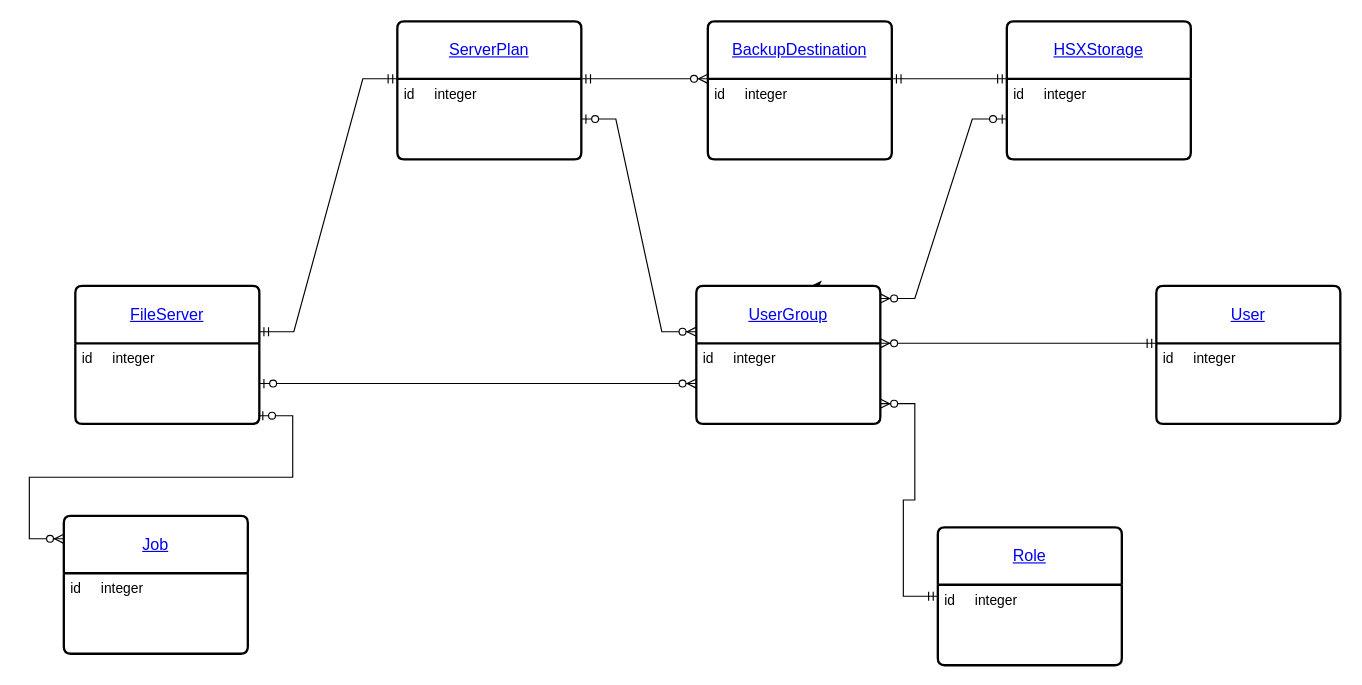
cvltmaheshp/helm-charts keeps this draw.io diagram as CVArch.drawio. Above is the earlier version. Source tidied: cells renumbered, new cells numbered last; positions are measured from the earlier drawing's top-left corner, leaving out a move shared by most shapes. Both pictures are drawn from the tidied source at 115%, with x=0, y=0 at pixel (63, 21).
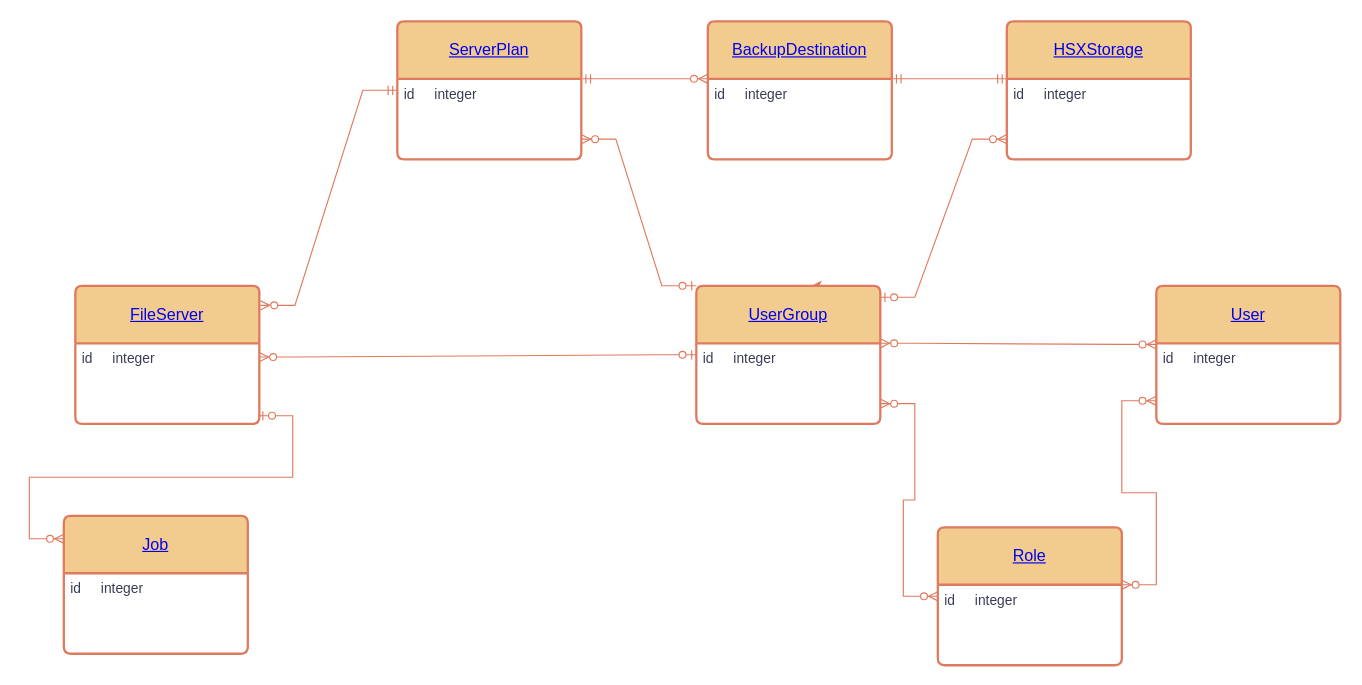
The same page after the edit.

Change to the diagram source:
```diff
@@
-    <mxCell id="2" value="&lt;a href=&quot;https://api-next.commvault.com/docs/api/cv/OpenAPI3/get-file-servers#get-file-servers&quot;&gt;FileServer&lt;/a&gt;" style="swimlane;horizontal=1;startSize=50;rounded=1;fontSize=14;fontStyle=0;strokeWidth=2;shadow=0;dashed=0;align=center;arcSize=4;whiteSpace=wrap;html=1;" parent="1" vertex="1">
+    <mxCell id="2" value="&lt;a href=&quot;https://api-next.commvault.com/docs/api/cv/OpenAPI3/get-file-servers#get-file-servers&quot;&gt;FileServer&lt;/a&gt;" style="swimlane;horizontal=1;startSize=50;rounded=1;fontSize=14;fontStyle=0;strokeWidth=2;shadow=0;dashed=0;align=center;arcSize=4;whiteSpace=wrap;html=1;labelBackgroundColor=none;fillColor=#F2CC8F;strokeColor=#E07A5F;fontColor=#393C56;" parent="1" vertex="1">
       <mxGeometry x="10" y="230" width="160" height="120" as="geometry" />
     </mxCell>
-    <mxCell id="3" value="id&lt;span style=&quot;white-space: pre;&quot;&gt;&#9;&lt;/span&gt;integer" style="align=left;strokeColor=none;fillColor=none;spacingLeft=4;fontSize=12;verticalAlign=top;html=1;" parent="2" vertex="1">
+    <mxCell id="3" value="id&lt;span style=&quot;white-space: pre;&quot;&gt;&#9;&lt;/span&gt;integer" style="align=left;strokeColor=none;fillColor=none;spacingLeft=4;fontSize=12;verticalAlign=top;html=1;labelBackgroundColor=none;fontColor=#393C56;" parent="2" vertex="1">
       <mxGeometry y="50" width="160" height="70" as="geometry" />
     </mxCell>
-    <mxCell id="4" value="&lt;a href=&quot;https://api-next.commvault.com/docs/api/cv/OpenAPI3/get-plan-by-id&quot;&gt;ServerPlan&lt;/a&gt;" style="swimlane;horizontal=1;startSize=50;rounded=1;fontSize=14;fontStyle=0;strokeWidth=2;shadow=0;dashed=0;align=center;arcSize=4;whiteSpace=wrap;html=1;" parent="1" vertex="1">
+    <mxCell id="4" value="&lt;a href=&quot;https://api-next.commvault.com/docs/api/cv/OpenAPI3/get-plan-by-id&quot;&gt;ServerPlan&lt;/a&gt;" style="swimlane;horizontal=1;startSize=50;rounded=1;fontSize=14;fontStyle=0;strokeWidth=2;shadow=0;dashed=0;align=center;arcSize=4;whiteSpace=wrap;html=1;labelBackgroundColor=none;fillColor=#F2CC8F;strokeColor=#E07A5F;fontColor=#393C56;" parent="1" vertex="1">
       <mxGeometry x="290" width="160" height="120" as="geometry" />
     </mxCell>
-    <mxCell id="5" value="id&lt;span style=&quot;white-space: pre;&quot;&gt;&#9;&lt;/span&gt;integer" style="align=left;strokeColor=none;fillColor=none;spacingLeft=4;fontSize=12;verticalAlign=top;html=1;" parent="4" vertex="1">
+    <mxCell id="5" value="id&lt;span style=&quot;white-space: pre;&quot;&gt;&#9;&lt;/span&gt;integer" style="align=left;strokeColor=none;fillColor=none;spacingLeft=4;fontSize=12;verticalAlign=top;html=1;labelBackgroundColor=none;fontColor=#393C56;" parent="4" vertex="1">
       <mxGeometry y="50" width="160" height="70" as="geometry" />
     </mxCell>
-    <mxCell id="6" value="&lt;a href=&quot;https://api-next.commvault.com/docs/api/cv/OpenAPI3/get-backup-destination-details&quot;&gt;BackupDestination&lt;/a&gt;" style="swimlane;horizontal=1;startSize=50;rounded=1;fontSize=14;fontStyle=0;strokeWidth=2;shadow=0;dashed=0;align=center;arcSize=4;whiteSpace=wrap;html=1;" parent="1" vertex="1">
+    <mxCell id="6" value="&lt;a href=&quot;https://api-next.commvault.com/docs/api/cv/OpenAPI3/get-backup-destination-details&quot;&gt;BackupDestination&lt;/a&gt;" style="swimlane;horizontal=1;startSize=50;rounded=1;fontSize=14;fontStyle=0;strokeWidth=2;shadow=0;dashed=0;align=center;arcSize=4;whiteSpace=wrap;html=1;labelBackgroundColor=none;fillColor=#F2CC8F;strokeColor=#E07A5F;fontColor=#393C56;" parent="1" vertex="1">
       <mxGeometry x="560" width="160" height="120" as="geometry" />
     </mxCell>
-    <mxCell id="7" value="id&lt;span style=&quot;white-space: pre;&quot;&gt;&#9;&lt;/span&gt;integer" style="align=left;strokeColor=none;fillColor=none;spacingLeft=4;fontSize=12;verticalAlign=top;html=1;" parent="6" vertex="1">
+    <mxCell id="7" value="id&lt;span style=&quot;white-space: pre;&quot;&gt;&#9;&lt;/span&gt;integer" style="align=left;strokeColor=none;fillColor=none;spacingLeft=4;fontSize=12;verticalAlign=top;html=1;labelBackgroundColor=none;fontColor=#393C56;" parent="6" vertex="1">
       <mxGeometry y="50" width="160" height="70" as="geometry" />
     </mxCell>
-    <mxCell id="8" value="&lt;a href=&quot;https://api-next.commvault.com/docs/api/cv/OpenAPI3/get-hyper-scale-storage-by-id#get-details-of-a-specific-hyperscale-storage&quot;&gt;HSXStorage&lt;/a&gt;" style="swimlane;horizontal=1;startSize=50;rounded=1;fontSize=14;fontStyle=0;strokeWidth=2;shadow=0;dashed=0;align=center;arcSize=4;whiteSpace=wrap;html=1;" parent="1" vertex="1">
+    <mxCell id="8" value="&lt;a href=&quot;https://api-next.commvault.com/docs/api/cv/OpenAPI3/get-hyper-scale-storage-by-id#get-details-of-a-specific-hyperscale-storage&quot;&gt;HSXStorage&lt;/a&gt;" style="swimlane;horizontal=1;startSize=50;rounded=1;fontSize=14;fontStyle=0;strokeWidth=2;shadow=0;dashed=0;align=center;arcSize=4;whiteSpace=wrap;html=1;labelBackgroundColor=none;fillColor=#F2CC8F;strokeColor=#E07A5F;fontColor=#393C56;" parent="1" vertex="1">
       <mxGeometry x="820" width="160" height="120" as="geometry" />
     </mxCell>
-    <mxCell id="9" value="id&lt;span style=&quot;white-space: pre;&quot;&gt;&#9;&lt;/span&gt;integer" style="align=left;strokeColor=none;fillColor=none;spacingLeft=4;fontSize=12;verticalAlign=top;html=1;" parent="8" vertex="1">
+    <mxCell id="9" value="id&lt;span style=&quot;white-space: pre;&quot;&gt;&#9;&lt;/span&gt;integer" style="align=left;strokeColor=none;fillColor=none;spacingLeft=4;fontSize=12;verticalAlign=top;html=1;labelBackgroundColor=none;fontColor=#393C56;" parent="8" vertex="1">
       <mxGeometry y="50" width="160" height="70" as="geometry" />
     </mxCell>
-    <mxCell id="10" style="edgeStyle=orthogonalEdgeStyle;rounded=0;jettySize=auto;html=1;exitX=0.75;exitY=0;exitDx=0;exitDy=0;" parent="1" edge="1" source="11">
+    <mxCell id="10" style="edgeStyle=orthogonalEdgeStyle;rounded=0;jettySize=auto;html=1;exitX=0.75;exitY=0;exitDx=0;exitDy=0;labelBackgroundColor=none;strokeColor=#E07A5F;fontColor=default;" parent="1" edge="1" source="11">
       <mxGeometry relative="1" as="geometry">
         <mxPoint x="650" y="230" as="targetPoint" />
       </mxGeometry>
     </mxCell>
-    <mxCell id="11" value="&lt;a href=&quot;https://api-next.commvault.com/docs/api/cv/OpenAPI3/get-user-group-details&quot;&gt;UserGroup&lt;/a&gt;" style="swimlane;horizontal=1;startSize=50;rounded=1;fontSize=14;fontStyle=0;strokeWidth=2;shadow=0;dashed=0;align=center;arcSize=4;whiteSpace=wrap;html=1;" parent="1" vertex="1">
+    <mxCell id="11" value="&lt;a href=&quot;https://api-next.commvault.com/docs/api/cv/OpenAPI3/get-user-group-details&quot;&gt;UserGroup&lt;/a&gt;" style="swimlane;horizontal=1;startSize=50;rounded=1;fontSize=14;fontStyle=0;strokeWidth=2;shadow=0;dashed=0;align=center;arcSize=4;whiteSpace=wrap;html=1;labelBackgroundColor=none;fillColor=#F2CC8F;strokeColor=#E07A5F;fontColor=#393C56;" parent="1" vertex="1">
       <mxGeometry x="550" y="230" width="160" height="120" as="geometry" />
     </mxCell>
-    <mxCell id="12" value="id&lt;span style=&quot;white-space: pre;&quot;&gt;&#9;&lt;/span&gt;integer" style="align=left;strokeColor=none;fillColor=none;spacingLeft=4;fontSize=12;verticalAlign=top;html=1;" parent="11" vertex="1">
+    <mxCell id="12" value="id&lt;span style=&quot;white-space: pre;&quot;&gt;&#9;&lt;/span&gt;integer" style="align=left;strokeColor=none;fillColor=none;spacingLeft=4;fontSize=12;verticalAlign=top;html=1;labelBackgroundColor=none;fontColor=#393C56;" parent="11" vertex="1">
       <mxGeometry y="50" width="160" height="70" as="geometry" />
     </mxCell>
-    <mxCell id="13" value="&lt;a href=&quot;https://api-next.commvault.com/docs/api/cv/OpenAPI3/get-role-details&quot;&gt;Role&lt;/a&gt;" style="swimlane;horizontal=1;startSize=50;rounded=1;fontSize=14;fontStyle=0;strokeWidth=2;shadow=0;dashed=0;align=center;arcSize=4;whiteSpace=wrap;html=1;" parent="1" vertex="1">
+    <mxCell id="13" value="&lt;a href=&quot;https://api-next.commvault.com/docs/api/cv/OpenAPI3/get-role-details&quot;&gt;Role&lt;/a&gt;" style="swimlane;horizontal=1;startSize=50;rounded=1;fontSize=14;fontStyle=0;strokeWidth=2;shadow=0;dashed=0;align=center;arcSize=4;whiteSpace=wrap;html=1;labelBackgroundColor=none;fillColor=#F2CC8F;strokeColor=#E07A5F;fontColor=#393C56;" parent="1" vertex="1">
       <mxGeometry x="760" y="440" width="160" height="120" as="geometry" />
     </mxCell>
-    <mxCell id="14" value="id&lt;span style=&quot;white-space: pre;&quot;&gt;&#9;&lt;/span&gt;integer" style="align=left;strokeColor=none;fillColor=none;spacingLeft=4;fontSize=12;verticalAlign=top;html=1;" parent="13" vertex="1">
+    <mxCell id="14" value="id&lt;span style=&quot;white-space: pre;&quot;&gt;&#9;&lt;/span&gt;integer" style="align=left;strokeColor=none;fillColor=none;spacingLeft=4;fontSize=12;verticalAlign=top;html=1;labelBackgroundColor=none;fontColor=#393C56;" parent="13" vertex="1">
       <mxGeometry y="50" width="160" height="70" as="geometry" />
     </mxCell>
-    <mxCell id="15" value="&lt;a href=&quot;https://api-next.commvault.com/docs/api/cv/OpenAPI3/get-user-details&quot;&gt;User&lt;/a&gt;" style="swimlane;horizontal=1;startSize=50;rounded=1;fontSize=14;fontStyle=0;strokeWidth=2;shadow=0;dashed=0;align=center;arcSize=4;whiteSpace=wrap;html=1;" parent="1" vertex="1">
+    <mxCell id="15" value="&lt;a href=&quot;https://api-next.commvault.com/docs/api/cv/OpenAPI3/get-user-details&quot;&gt;User&lt;/a&gt;" style="swimlane;horizontal=1;startSize=50;rounded=1;fontSize=14;fontStyle=0;strokeWidth=2;shadow=0;dashed=0;align=center;arcSize=4;whiteSpace=wrap;html=1;labelBackgroundColor=none;fillColor=#F2CC8F;strokeColor=#E07A5F;fontColor=#393C56;" parent="1" vertex="1">
       <mxGeometry x="950" y="230" width="160" height="120" as="geometry" />
     </mxCell>
-    <mxCell id="16" value="id&lt;span style=&quot;white-space: pre;&quot;&gt;&#9;&lt;/span&gt;integer" style="align=left;strokeColor=none;fillColor=none;spacingLeft=4;fontSize=12;verticalAlign=top;html=1;" parent="15" vertex="1">
+    <mxCell id="16" value="id&lt;span style=&quot;white-space: pre;&quot;&gt;&#9;&lt;/span&gt;integer" style="align=left;strokeColor=none;fillColor=none;spacingLeft=4;fontSize=12;verticalAlign=top;html=1;labelBackgroundColor=none;fontColor=#393C56;" parent="15" vertex="1">
       <mxGeometry y="50" width="160" height="70" as="geometry" />
     </mxCell>
-    <mxCell id="17" value="&lt;a href=&quot;https://api-next.commvault.com/docs/api/cv/JobOperations/get-job-summary-of-a-job#get-job-summary-of-a-job&quot;&gt;Job&lt;/a&gt;" style="swimlane;horizontal=1;startSize=50;rounded=1;fontSize=14;fontStyle=0;strokeWidth=2;shadow=0;dashed=0;align=center;arcSize=4;whiteSpace=wrap;html=1;" parent="1" vertex="1">
+    <mxCell id="17" value="&lt;a href=&quot;https://api-next.commvault.com/docs/api/cv/JobOperations/get-job-summary-of-a-job#get-job-summary-of-a-job&quot;&gt;Job&lt;/a&gt;" style="swimlane;horizontal=1;startSize=50;rounded=1;fontSize=14;fontStyle=0;strokeWidth=2;shadow=0;dashed=0;align=center;arcSize=4;whiteSpace=wrap;html=1;labelBackgroundColor=none;fillColor=#F2CC8F;strokeColor=#E07A5F;fontColor=#393C56;" parent="1" vertex="1">
       <mxGeometry y="430" width="160" height="120" as="geometry" />
     </mxCell>
-    <mxCell id="18" value="id&lt;span style=&quot;white-space: pre;&quot;&gt;&#9;&lt;/span&gt;integer" style="align=left;strokeColor=none;fillColor=none;spacingLeft=4;fontSize=12;verticalAlign=top;html=1;" parent="17" vertex="1">
+    <mxCell id="18" value="id&lt;span style=&quot;white-space: pre;&quot;&gt;&#9;&lt;/span&gt;integer" style="align=left;strokeColor=none;fillColor=none;spacingLeft=4;fontSize=12;verticalAlign=top;html=1;labelBackgroundColor=none;fontColor=#393C56;" parent="17" vertex="1">
       <mxGeometry y="50" width="160" height="70" as="geometry" />
     </mxCell>
-    <mxCell id="19" style="edgeStyle=entityRelationEdgeStyle;fontSize=12;html=1;endArrow=ERmandOne;startArrow=ERmandOne;rounded=0;exitX=1;exitY=0.333;exitDx=0;exitDy=0;exitPerimeter=0;entryX=0;entryY=0;entryDx=0;entryDy=0;" parent="1" edge="1" source="2" target="5">
-      <mxGeometry relative="1" as="geometry" />
-    </mxCell>
-    <mxCell id="20" style="edgeStyle=entityRelationEdgeStyle;fontSize=12;html=1;endArrow=ERzeroToMany;startArrow=ERmandOne;rounded=0;exitX=1;exitY=0;exitDx=0;exitDy=0;entryX=0;entryY=0;entryDx=0;entryDy=0;" parent="1" edge="1" source="5" target="7">
+    <mxCell id="20" style="edgeStyle=entityRelationEdgeStyle;fontSize=12;html=1;endArrow=ERzeroToMany;startArrow=ERmandOne;rounded=0;exitX=1;exitY=0;exitDx=0;exitDy=0;entryX=0;entryY=0;entryDx=0;entryDy=0;labelBackgroundColor=none;strokeColor=#E07A5F;fontColor=default;" parent="1" edge="1" source="5" target="7">
       <mxGeometry relative="1" as="geometry" />
     </mxCell>
-    <mxCell id="21" style="edgeStyle=entityRelationEdgeStyle;fontSize=12;html=1;endArrow=ERmandOne;startArrow=ERmandOne;rounded=0;entryX=0;entryY=0;entryDx=0;entryDy=0;" parent="1" edge="1">
+    <mxCell id="21" style="edgeStyle=entityRelationEdgeStyle;fontSize=12;html=1;endArrow=ERmandOne;startArrow=ERmandOne;rounded=0;entryX=0;entryY=0;entryDx=0;entryDy=0;labelBackgroundColor=none;strokeColor=#E07A5F;fontColor=default;" parent="1" edge="1">
       <mxGeometry relative="1" as="geometry">
         <mxPoint x="720" y="50" as="sourcePoint" />
         <mxPoint x="820" y="50" as="targetPoint" />
       </mxGeometry>
     </mxCell>
-    <mxCell id="22" style="edgeStyle=entityRelationEdgeStyle;fontSize=12;html=1;endArrow=ERzeroToMany;startArrow=ERzeroToOne;rounded=0;exitX=1;exitY=0.5;exitDx=0;exitDy=0;entryX=0;entryY=0.5;entryDx=0;entryDy=0;" parent="1" edge="1" source="3" target="12">
-      <mxGeometry relative="1" as="geometry" />
-    </mxCell>
-    <mxCell id="23" style="edgeStyle=entityRelationEdgeStyle;fontSize=12;html=1;endArrow=ERzeroToMany;startArrow=ERzeroToOne;rounded=0;entryX=0;entryY=0.333;entryDx=0;entryDy=0;entryPerimeter=0;" parent="1" edge="1" source="5" target="11">
-      <mxGeometry relative="1" as="geometry" />
-    </mxCell>
-    <mxCell id="24" style="edgeStyle=entityRelationEdgeStyle;fontSize=12;html=1;endArrow=ERzeroToMany;startArrow=ERzeroToOne;rounded=0;exitX=0;exitY=0.5;exitDx=0;exitDy=0;entryX=1;entryY=0.092;entryDx=0;entryDy=0;entryPerimeter=0;" parent="1" edge="1" source="9" target="11">
-      <mxGeometry relative="1" as="geometry" />
-    </mxCell>
-    <mxCell id="25" style="edgeStyle=entityRelationEdgeStyle;fontSize=12;html=1;endArrow=ERzeroToMany;startArrow=ERmandOne;rounded=0;exitX=0;exitY=0;exitDx=0;exitDy=0;entryX=1;entryY=0;entryDx=0;entryDy=0;" parent="1" edge="1" source="16" target="12">
-      <mxGeometry relative="1" as="geometry" />
-    </mxCell>
-    <mxCell id="26" style="edgeStyle=entityRelationEdgeStyle;fontSize=12;html=1;endArrow=ERzeroToMany;startArrow=ERmandOne;rounded=0;entryX=1;entryY=0.75;entryDx=0;entryDy=0;" parent="1" edge="1" source="13" target="12">
-      <mxGeometry relative="1" as="geometry">
-        <Array as="points">
-          <mxPoint x="680" y="440" />
-        </Array>
-      </mxGeometry>
-    </mxCell>
-    <mxCell id="27" style="edgeStyle=entityRelationEdgeStyle;fontSize=12;html=1;endArrow=ERzeroToMany;startArrow=ERzeroToOne;rounded=0;exitX=0.994;exitY=0.9;exitDx=0;exitDy=0;exitPerimeter=0;" parent="1" edge="1" source="3">
+    <mxCell id="27" style="edgeStyle=entityRelationEdgeStyle;fontSize=12;html=1;endArrow=ERzeroToMany;startArrow=ERzeroToOne;rounded=0;exitX=0.994;exitY=0.9;exitDx=0;exitDy=0;exitPerimeter=0;labelBackgroundColor=none;strokeColor=#E07A5F;fontColor=default;" parent="1" edge="1" source="3">
       <mxGeometry relative="1" as="geometry">
         <mxPoint y="450" as="targetPoint" />
       </mxGeometry>
     </mxCell>
+    <mxCell id="28" style="edgeStyle=entityRelationEdgeStyle;fontSize=12;html=1;endArrow=ERzeroToMany;startArrow=ERmandOne;rounded=0;exitX=0;exitY=0.5;exitDx=0;exitDy=0;entryX=1.006;entryY=0.142;entryDx=0;entryDy=0;entryPerimeter=0;labelBackgroundColor=none;strokeColor=#E07A5F;fontColor=default;" parent="1" edge="1" source="4" target="2">
+      <mxGeometry relative="1" as="geometry" />
+    </mxCell>
+    <mxCell id="29" style="edgeStyle=entityRelationEdgeStyle;fontSize=12;html=1;endArrow=ERzeroToMany;endFill=1;startArrow=ERzeroToMany;rounded=0;labelBackgroundColor=none;strokeColor=#E07A5F;fontColor=default;" parent="1" edge="1">
+      <mxGeometry relative="1" as="geometry">
+        <mxPoint x="920" y="490" as="sourcePoint" />
+        <mxPoint x="950" y="330" as="targetPoint" />
+      </mxGeometry>
+    </mxCell>
+    <mxCell id="30" style="edgeStyle=entityRelationEdgeStyle;fontSize=12;html=1;endArrow=ERzeroToMany;endFill=1;startArrow=ERzeroToMany;rounded=0;exitX=1;exitY=0.75;exitDx=0;exitDy=0;entryX=0;entryY=0.5;entryDx=0;entryDy=0;labelBackgroundColor=none;strokeColor=#E07A5F;fontColor=default;" parent="1" edge="1" source="12" target="13">
+      <mxGeometry relative="1" as="geometry" />
+    </mxCell>
+    <mxCell id="31" style="edgeStyle=entityRelationEdgeStyle;fontSize=12;html=1;endArrow=ERzeroToMany;endFill=1;startArrow=ERzeroToMany;rounded=0;exitX=1;exitY=0;exitDx=0;exitDy=0;labelBackgroundColor=none;strokeColor=#E07A5F;fontColor=default;" parent="1" edge="1" source="12">
+      <mxGeometry relative="1" as="geometry">
+        <mxPoint x="950" y="281" as="targetPoint" />
+      </mxGeometry>
+    </mxCell>
+    <mxCell id="32" style="edgeStyle=entityRelationEdgeStyle;fontSize=12;html=1;endArrow=ERzeroToMany;startArrow=ERzeroToOne;rounded=0;entryX=0;entryY=0.75;entryDx=0;entryDy=0;labelBackgroundColor=none;strokeColor=#E07A5F;fontColor=default;" parent="1" edge="1" target="9">
+      <mxGeometry relative="1" as="geometry">
+        <mxPoint x="710" y="240" as="sourcePoint" />
+      </mxGeometry>
+    </mxCell>
+    <mxCell id="33" style="edgeStyle=entityRelationEdgeStyle;fontSize=12;html=1;endArrow=ERzeroToMany;startArrow=ERzeroToOne;rounded=0;exitX=0;exitY=0;exitDx=0;exitDy=0;entryX=1;entryY=0.75;entryDx=0;entryDy=0;labelBackgroundColor=none;strokeColor=#E07A5F;fontColor=default;" parent="1" edge="1" source="11" target="5">
+      <mxGeometry relative="1" as="geometry" />
+    </mxCell>
+    <mxCell id="34" style="edgeStyle=entityRelationEdgeStyle;fontSize=12;html=1;endArrow=ERzeroToMany;startArrow=ERzeroToOne;rounded=0;exitX=0;exitY=0.5;exitDx=0;exitDy=0;entryX=1;entryY=0.171;entryDx=0;entryDy=0;entryPerimeter=0;labelBackgroundColor=none;strokeColor=#E07A5F;fontColor=default;" parent="1" edge="1" source="11" target="3">
+      <mxGeometry relative="1" as="geometry" />
+    </mxCell>
```
